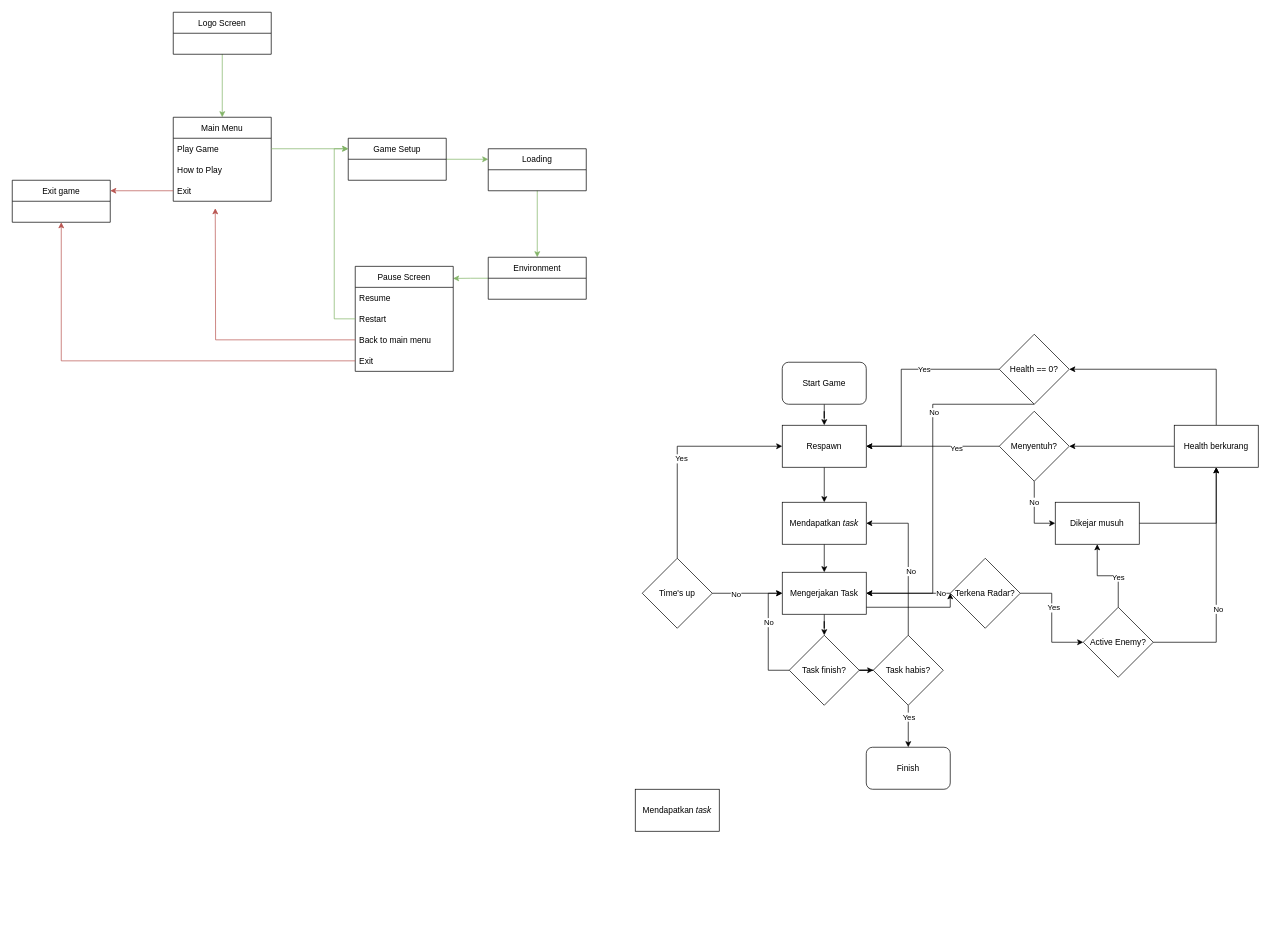
This is raw file/Baru2.drawio from beyondchan28/TrainSurfingGodot, a draw.io file, before an edit. Source tidied: cells renumbered, new cells numbered last; positions are measured from the earlier drawing's top-left corner, leaving out a move shared by most shapes. Both pictures are drawn from the tidied source at 70%, with x=0, y=0 at pixel (12, 12).
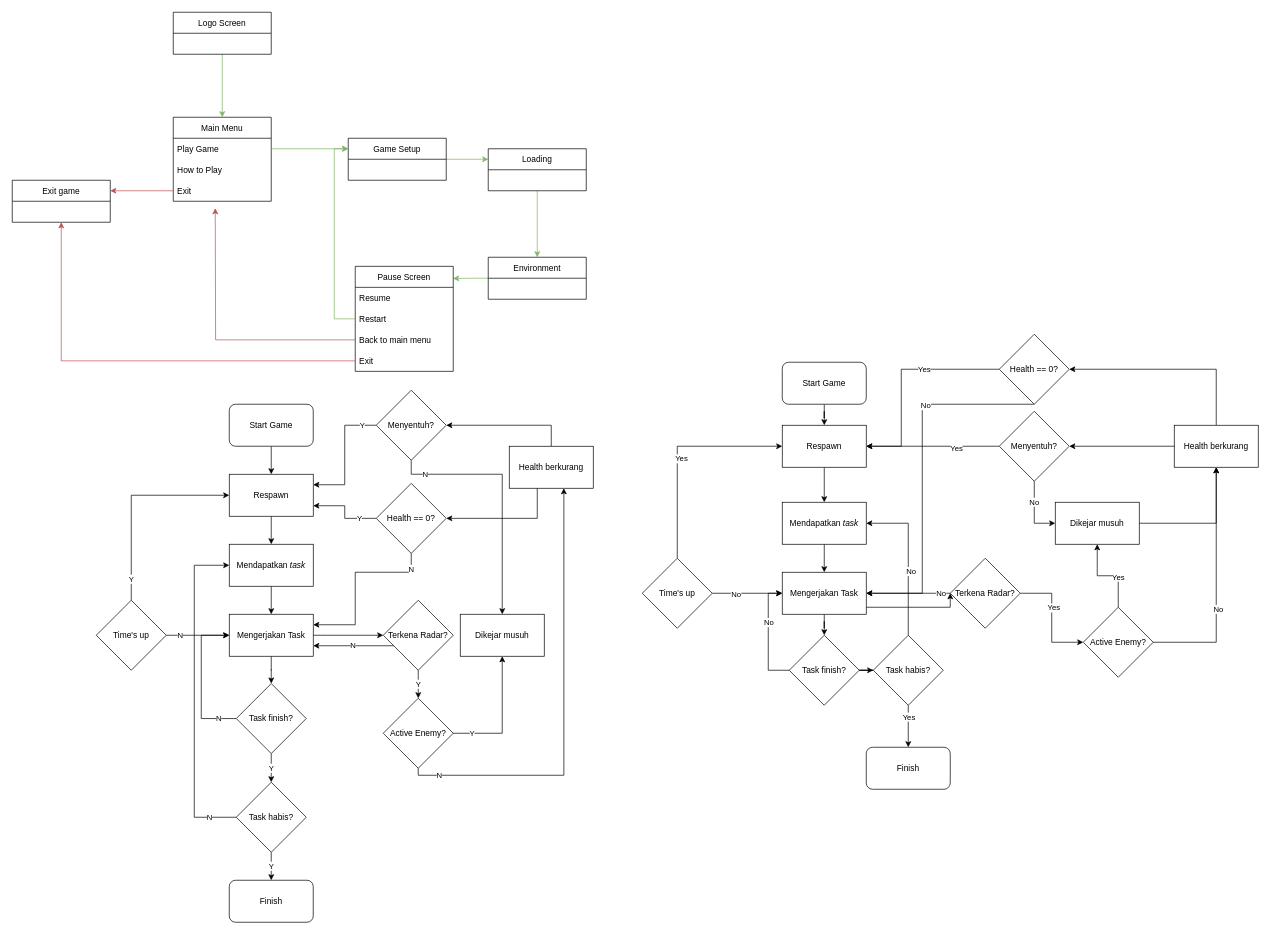
The same page after the edit.

The change refers to these unchanged cells:
```xml
<mxCell id="44" value="Mengerjakan Task" style="rounded=0;whiteSpace=wrap;html=1;" parent="1" vertex="1">
  <mxGeometry x="1100" y="800" width="120" height="60" as="geometry" />
</mxCell>
<mxCell id="64" value="Health == 0?" style="rhombus;whiteSpace=wrap;html=1;" parent="1" vertex="1">
  <mxGeometry x="1410" y="460" width="100" height="100" as="geometry" />
</mxCell>
```

Change to the diagram source:
```diff
@@
-    <mxCell id="38" value="Mendapatkan &lt;i&gt;task&lt;/i&gt;" style="rounded=0;whiteSpace=wrap;html=1;" parent="1" vertex="1">
-      <mxGeometry x="890" y="1110" width="120" height="60" as="geometry" />
-    </mxCell>
@@
     <mxCell id="62" style="edgeStyle=orthogonalEdgeStyle;rounded=0;jettySize=auto;html=1;entryX=1;entryY=0.5;entryDx=0;entryDy=0;exitX=0.5;exitY=1;exitDx=0;exitDy=0;" parent="1" edge="1" source="64" target="44">
       <mxGeometry relative="1" as="geometry">
         <Array as="points">
-          <mxPoint x="1315" y="560" />
-          <mxPoint x="1315" y="830" />
+          <mxPoint x="1300" y="560" />
+          <mxPoint x="1300" y="830" />
         </Array>
       </mxGeometry>
     </mxCell>
@@
+    <mxCell id="75" style="edgeStyle=orthogonalEdgeStyle;rounded=0;jettySize=auto;html=1;strokeColor=#000000;" parent="1" edge="1" source="76" target="78">
+      <mxGeometry relative="1" as="geometry" />
+    </mxCell>
+    <mxCell id="76" value="Start Game" style="rounded=1;whiteSpace=wrap;html=1;strokeColor=#000000;" parent="1" vertex="1">
+      <mxGeometry x="310" y="560" width="120" height="60" as="geometry" />
+    </mxCell>
+    <mxCell id="77" style="edgeStyle=orthogonalEdgeStyle;rounded=0;jettySize=auto;html=1;strokeColor=#000000;" parent="1" edge="1" source="78" target="38">
+      <mxGeometry relative="1" as="geometry" />
+    </mxCell>
+    <mxCell id="78" value="Respawn" style="rounded=0;whiteSpace=wrap;html=1;strokeColor=#000000;" parent="1" vertex="1">
+      <mxGeometry x="310" y="660" width="120" height="60" as="geometry" />
+    </mxCell>
+    <mxCell id="79" style="edgeStyle=orthogonalEdgeStyle;rounded=0;jettySize=auto;html=1;strokeColor=#000000;" parent="1" edge="1" source="38" target="82">
+      <mxGeometry relative="1" as="geometry" />
+    </mxCell>
+    <mxCell id="38" value="Mendapatkan &lt;i&gt;task&lt;/i&gt;" style="rounded=0;whiteSpace=wrap;html=1;strokeColor=#000000;" parent="1" vertex="1">
+      <mxGeometry x="310" y="760" width="120" height="60" as="geometry" />
+    </mxCell>
+    <mxCell id="80" style="edgeStyle=orthogonalEdgeStyle;rounded=0;jettySize=auto;html=1;strokeColor=#000000;" parent="1" edge="1" source="82" target="85">
+      <mxGeometry relative="1" as="geometry" />
+    </mxCell>
+    <mxCell id="81" style="edgeStyle=orthogonalEdgeStyle;rounded=0;jettySize=auto;html=1;strokeColor=#000000;entryX=0;entryY=0.5;entryDx=0;entryDy=0;exitX=1;exitY=0.5;exitDx=0;exitDy=0;" parent="1" edge="1" source="82" target="95">
+      <mxGeometry relative="1" as="geometry">
+        <Array as="points">
+          <mxPoint x="450" y="890" />
+          <mxPoint x="450" y="890" />
+        </Array>
+      </mxGeometry>
+    </mxCell>
+    <mxCell id="82" value="Mengerjakan Task" style="rounded=0;whiteSpace=wrap;html=1;strokeColor=#000000;" parent="1" vertex="1">
+      <mxGeometry x="310" y="860" width="120" height="60" as="geometry" />
+    </mxCell>
+    <mxCell id="83" value="Y" style="edgeStyle=orthogonalEdgeStyle;rounded=0;jettySize=auto;html=1;strokeColor=#000000;" parent="1" edge="1" source="85" target="88">
+      <mxGeometry relative="1" as="geometry" />
+    </mxCell>
+    <mxCell id="84" value="N" style="edgeStyle=orthogonalEdgeStyle;rounded=0;jettySize=auto;html=1;entryX=0;entryY=0.5;entryDx=0;entryDy=0;strokeColor=#000000;exitX=0;exitY=0.5;exitDx=0;exitDy=0;" parent="1" edge="1" source="85" target="82">
+      <mxGeometry x="-0.76" relative="1" as="geometry">
+        <Array as="points">
+          <mxPoint x="270" y="1009" />
+          <mxPoint x="270" y="890" />
+        </Array>
+      </mxGeometry>
+    </mxCell>
+    <mxCell id="85" value="Task finish?" style="rhombus;whiteSpace=wrap;html=1;strokeColor=#000000;" parent="1" vertex="1">
+      <mxGeometry x="320" y="959" width="100" height="100" as="geometry" />
+    </mxCell>
+    <mxCell id="86" value="Y" style="edgeStyle=orthogonalEdgeStyle;rounded=0;jettySize=auto;html=1;strokeColor=#000000;" parent="1" edge="1" source="88" target="89">
+      <mxGeometry relative="1" as="geometry" />
+    </mxCell>
+    <mxCell id="87" value="N" style="edgeStyle=orthogonalEdgeStyle;rounded=0;jettySize=auto;html=1;entryX=0;entryY=0.5;entryDx=0;entryDy=0;strokeColor=#000000;exitX=0;exitY=0.5;exitDx=0;exitDy=0;" parent="1" edge="1" source="88" target="38">
+      <mxGeometry x="-0.84" relative="1" as="geometry">
+        <Array as="points">
+          <mxPoint x="260" y="1150" />
+          <mxPoint x="260" y="790" />
+        </Array>
+      </mxGeometry>
+    </mxCell>
+    <mxCell id="88" value="Task habis?" style="rhombus;whiteSpace=wrap;html=1;strokeColor=#000000;" parent="1" vertex="1">
+      <mxGeometry x="320" y="1100" width="100" height="100" as="geometry" />
+    </mxCell>
+    <mxCell id="89" value="Finish" style="rounded=1;whiteSpace=wrap;html=1;strokeColor=#000000;" parent="1" vertex="1">
+      <mxGeometry x="310" y="1240" width="120" height="60" as="geometry" />
+    </mxCell>
+    <mxCell id="90" value="N" style="edgeStyle=orthogonalEdgeStyle;rounded=0;jettySize=auto;html=1;strokeColor=#000000;" parent="1" edge="1" source="92" target="82">
+      <mxGeometry x="-0.56" relative="1" as="geometry" />
+    </mxCell>
+    <mxCell id="91" value="Y" style="edgeStyle=orthogonalEdgeStyle;rounded=0;jettySize=auto;html=1;entryX=0;entryY=0.5;entryDx=0;entryDy=0;strokeColor=#000000;" parent="1" edge="1" source="92" target="78">
+      <mxGeometry x="-0.79" relative="1" as="geometry">
+        <Array as="points">
+          <mxPoint x="170" y="690" />
+        </Array>
+      </mxGeometry>
+    </mxCell>
+    <mxCell id="92" value="Time's up" style="rhombus;whiteSpace=wrap;html=1;strokeColor=#000000;" parent="1" vertex="1">
+      <mxGeometry x="120" y="840" width="100" height="100" as="geometry" />
+    </mxCell>
+    <mxCell id="93" value="Y" style="edgeStyle=orthogonalEdgeStyle;rounded=0;jettySize=auto;html=1;strokeColor=#000000;" parent="1" edge="1" source="95" target="98">
+      <mxGeometry relative="1" as="geometry" />
+    </mxCell>
+    <mxCell id="94" value="N" style="edgeStyle=orthogonalEdgeStyle;rounded=0;jettySize=auto;html=1;entryX=1;entryY=0.75;entryDx=0;entryDy=0;strokeColor=#000000;" parent="1" edge="1" source="95" target="82">
+      <mxGeometry relative="1" as="geometry">
+        <Array as="points">
+          <mxPoint x="510" y="905" />
+          <mxPoint x="510" y="905" />
+        </Array>
+      </mxGeometry>
+    </mxCell>
+    <mxCell id="95" value="Terkena Radar?" style="rhombus;whiteSpace=wrap;html=1;strokeColor=#000000;" parent="1" vertex="1">
+      <mxGeometry x="530" y="840" width="100" height="100" as="geometry" />
+    </mxCell>
+    <mxCell id="96" value="Y" style="edgeStyle=orthogonalEdgeStyle;rounded=0;jettySize=auto;html=1;strokeColor=#000000;entryX=0.5;entryY=1;entryDx=0;entryDy=0;" parent="1" edge="1" source="98" target="108">
+      <mxGeometry x="-0.71" relative="1" as="geometry">
+        <mxPoint x="1" as="offset" />
+      </mxGeometry>
+    </mxCell>
+    <mxCell id="97" value="N" style="edgeStyle=orthogonalEdgeStyle;rounded=0;jettySize=auto;html=1;strokeColor=#000000;exitX=0.5;exitY=1;exitDx=0;exitDy=0;entryX=0.75;entryY=1;entryDx=0;entryDy=0;" parent="1" edge="1" source="98">
+      <mxGeometry x="-0.87" relative="1" as="geometry">
+        <mxPoint x="788" y="680" as="targetPoint" />
+        <Array as="points">
+          <mxPoint x="580" y="1090" />
+          <mxPoint x="788" y="1090" />
+        </Array>
+        <mxPoint x="-1" as="offset" />
+      </mxGeometry>
+    </mxCell>
+    <mxCell id="98" value="Active Enemy?" style="rhombus;whiteSpace=wrap;html=1;strokeColor=#000000;" parent="1" vertex="1">
+      <mxGeometry x="530" y="980" width="100" height="100" as="geometry" />
+    </mxCell>
+    <mxCell id="99" value="Y" style="edgeStyle=orthogonalEdgeStyle;rounded=0;jettySize=auto;html=1;entryX=1;entryY=0.75;entryDx=0;entryDy=0;strokeColor=#000000;" parent="1" edge="1" source="101" target="78">
+      <mxGeometry x="-0.56" relative="1" as="geometry" />
+    </mxCell>
+    <mxCell id="100" value="N" style="edgeStyle=orthogonalEdgeStyle;rounded=0;jettySize=auto;html=1;entryX=1;entryY=0.25;entryDx=0;entryDy=0;strokeColor=#000000;" parent="1" edge="1" source="101" target="82">
+      <mxGeometry x="-0.81" relative="1" as="geometry">
+        <Array as="points">
+          <mxPoint x="570" y="800" />
+          <mxPoint x="490" y="800" />
+          <mxPoint x="490" y="875" />
+        </Array>
+      </mxGeometry>
+    </mxCell>
+    <mxCell id="101" value="Health == 0?" style="rhombus;whiteSpace=wrap;html=1;strokeColor=#000000;" parent="1" vertex="1">
+      <mxGeometry x="520" y="673" width="100" height="100" as="geometry" />
+    </mxCell>
+    <mxCell id="102" value="Y" style="edgeStyle=orthogonalEdgeStyle;rounded=0;jettySize=auto;html=1;entryX=1;entryY=0.25;entryDx=0;entryDy=0;strokeColor=#000000;" parent="1" edge="1" source="104" target="78">
+      <mxGeometry x="-0.77" relative="1" as="geometry" />
+    </mxCell>
+    <mxCell id="103" value="N" style="edgeStyle=orthogonalEdgeStyle;rounded=0;jettySize=auto;html=1;entryX=0.5;entryY=0;entryDx=0;entryDy=0;strokeColor=#000000;" parent="1" edge="1" source="104" target="108">
+      <mxGeometry x="-0.77" relative="1" as="geometry">
+        <Array as="points">
+          <mxPoint x="570" y="660" />
+          <mxPoint x="700" y="660" />
+        </Array>
+      </mxGeometry>
+    </mxCell>
+    <mxCell id="104" value="Menyentuh?" style="rhombus;whiteSpace=wrap;html=1;" parent="1" vertex="1">
+      <mxGeometry x="520" y="540" width="100" height="100" as="geometry" />
+    </mxCell>
+    <mxCell id="105" style="edgeStyle=orthogonalEdgeStyle;rounded=0;jettySize=auto;html=1;entryX=1;entryY=0.5;entryDx=0;entryDy=0;strokeColor=#000000;" parent="1" edge="1" target="101">
+      <mxGeometry relative="1" as="geometry">
+        <mxPoint x="750" y="675" as="sourcePoint" />
+        <Array as="points">
+          <mxPoint x="750" y="723" />
+        </Array>
+      </mxGeometry>
+    </mxCell>
+    <mxCell id="106" style="edgeStyle=orthogonalEdgeStyle;rounded=0;jettySize=auto;html=1;entryX=1;entryY=0.5;entryDx=0;entryDy=0;strokeColor=#000000;" parent="1" edge="1" source="107" target="104">
+      <mxGeometry relative="1" as="geometry">
+        <Array as="points">
+          <mxPoint x="770" y="590" />
+        </Array>
+      </mxGeometry>
+    </mxCell>
+    <mxCell id="107" value="Health berkurang" style="rounded=0;whiteSpace=wrap;html=1;strokeColor=#000000;" parent="1" vertex="1">
+      <mxGeometry x="710" y="620" width="120" height="60" as="geometry" />
+    </mxCell>
+    <mxCell id="108" value="Dikejar musuh" style="rounded=0;whiteSpace=wrap;html=1;strokeColor=#000000;" parent="1" vertex="1">
+      <mxGeometry x="640" y="860" width="120" height="60" as="geometry" />
+    </mxCell>
```
